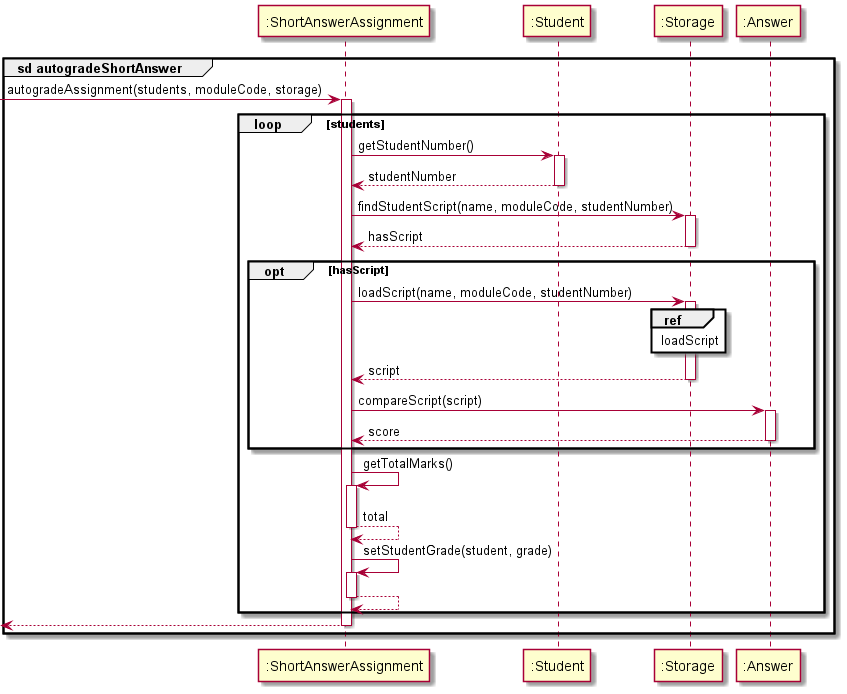
vaiish371/tp keeps this PlantUML diagram as docs/uml/SdShortAnswer.png. Above is the earlier version.
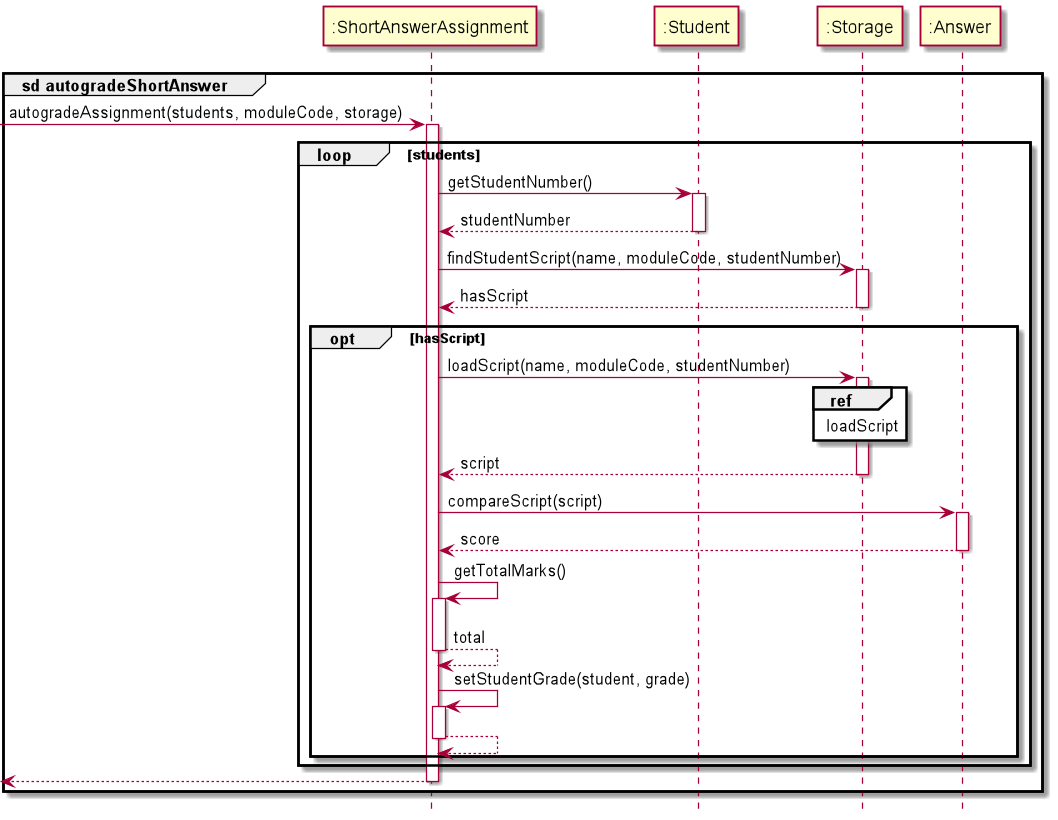
After the change.

What changed in the source:
```diff
@@ -1,4 +1,6 @@
 @startuml
+
+hide footbox
 
 group sd autogradeShortAnswer
 
@@ -40,8 +42,6 @@
 Answer --> Assignment : score
 deactivate Answer
 
-end
-
 Assignment -> Assignment : getTotalMarks()
 activate Assignment
 
@@ -56,6 +56,8 @@
 
 end
 
+end
+
 [<-- Assignment
 deactivate Assignment
 
```
